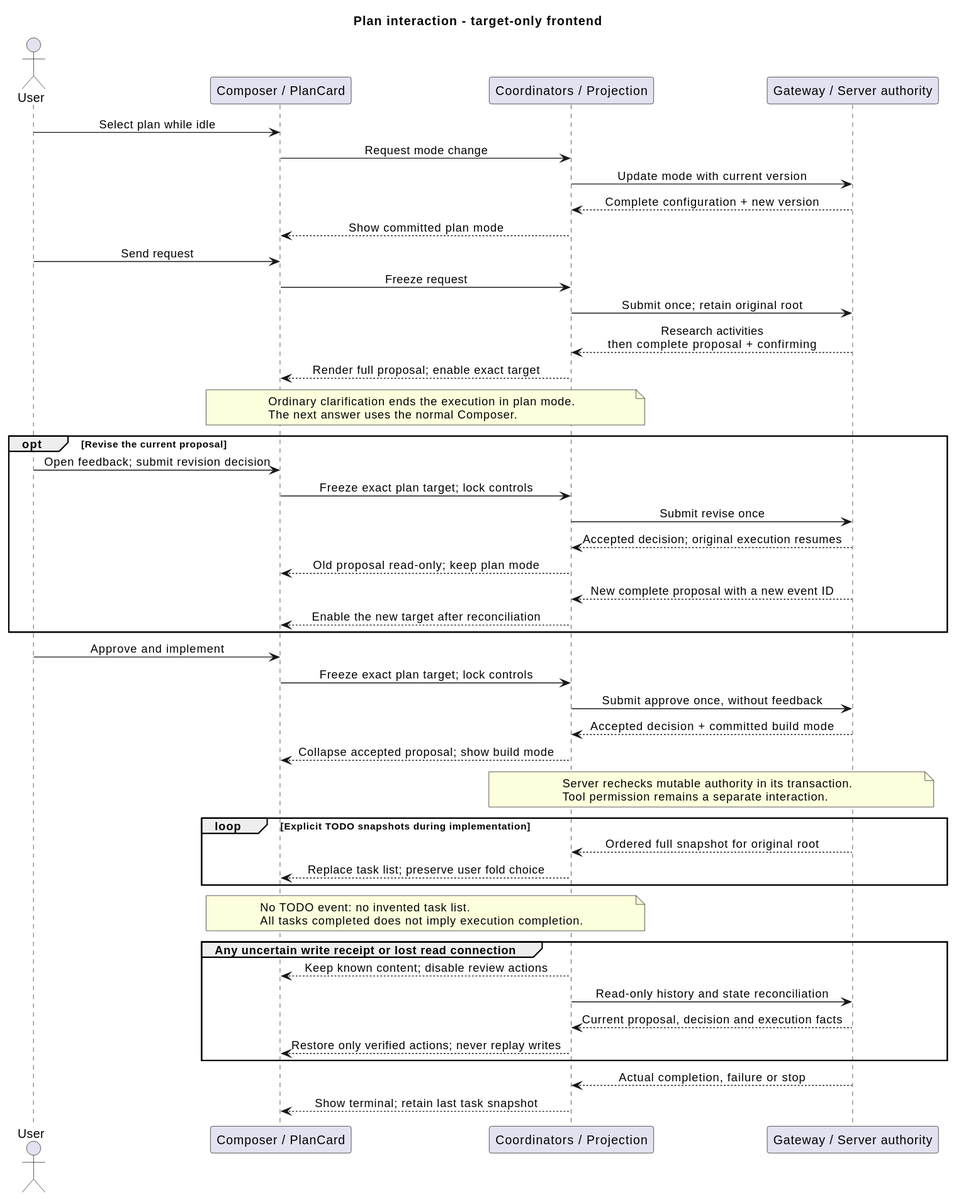
Above: 01-总体架构/04-CampusClaw前端体验/target_plan_interaction.svg in ssm0808/pi-mono-java-design (PlantUML), before the change. Source of this version:
```plantuml
@startuml
title Plan interaction - target-only frontend
skinparam backgroundColor white
skinparam shadowing false
skinparam defaultFontName SansSerif
skinparam sequenceMessageAlign center
actor User
participant "Composer / PlanCard" as UI
participant "Coordinators / Projection" as State
participant "Gateway / Server authority" as API
User -> UI : Select plan while idle
UI -> State : Request mode change
State -> API : Update mode with current version
API --> State : Complete configuration + new version
State --> UI : Show committed plan mode
User -> UI : Send request
UI -> State : Freeze request
State -> API : Submit once; retain original root
API --> State : Research activities\nthen complete proposal + confirming
State --> UI : Render full proposal; enable exact target
note over UI, State
  Ordinary clarification ends the execution in plan mode.
  The next answer uses the normal Composer.
end note
opt Revise the current proposal
  User -> UI : Open feedback; submit revision decision
  UI -> State : Freeze exact plan target; lock controls
  State -> API : Submit revise once
  API --> State : Accepted decision; original execution resumes
  State --> UI : Old proposal read-only; keep plan mode
  API --> State : New complete proposal with a new event ID
  State --> UI : Enable the new target after reconciliation
end
User -> UI : Approve and implement
UI -> State : Freeze exact plan target; lock controls
State -> API : Submit approve once, without feedback
API --> State : Accepted decision + committed build mode
State --> UI : Collapse accepted proposal; show build mode
note over State, API
  Server rechecks mutable authority in its transaction.
  Tool permission remains a separate interaction.
end note
loop Explicit TODO snapshots during implementation
  API --> State : Ordered full snapshot for original root
  State --> UI : Replace task list; preserve user fold choice
end
note over UI, State
  No TODO event: no invented task list.
  All tasks completed does not imply execution completion.
end note
group Any uncertain write receipt or lost read connection
  State --> UI : Keep known content; disable review actions
  State -> API : Read-only history and state reconciliation
  API --> State : Current proposal, decision and execution facts
  State --> UI : Restore only verified actions; never replay writes
end
API --> State : Actual completion, failure or stop
State --> UI : Show terminal; retain last task snapshot
@enduml
```
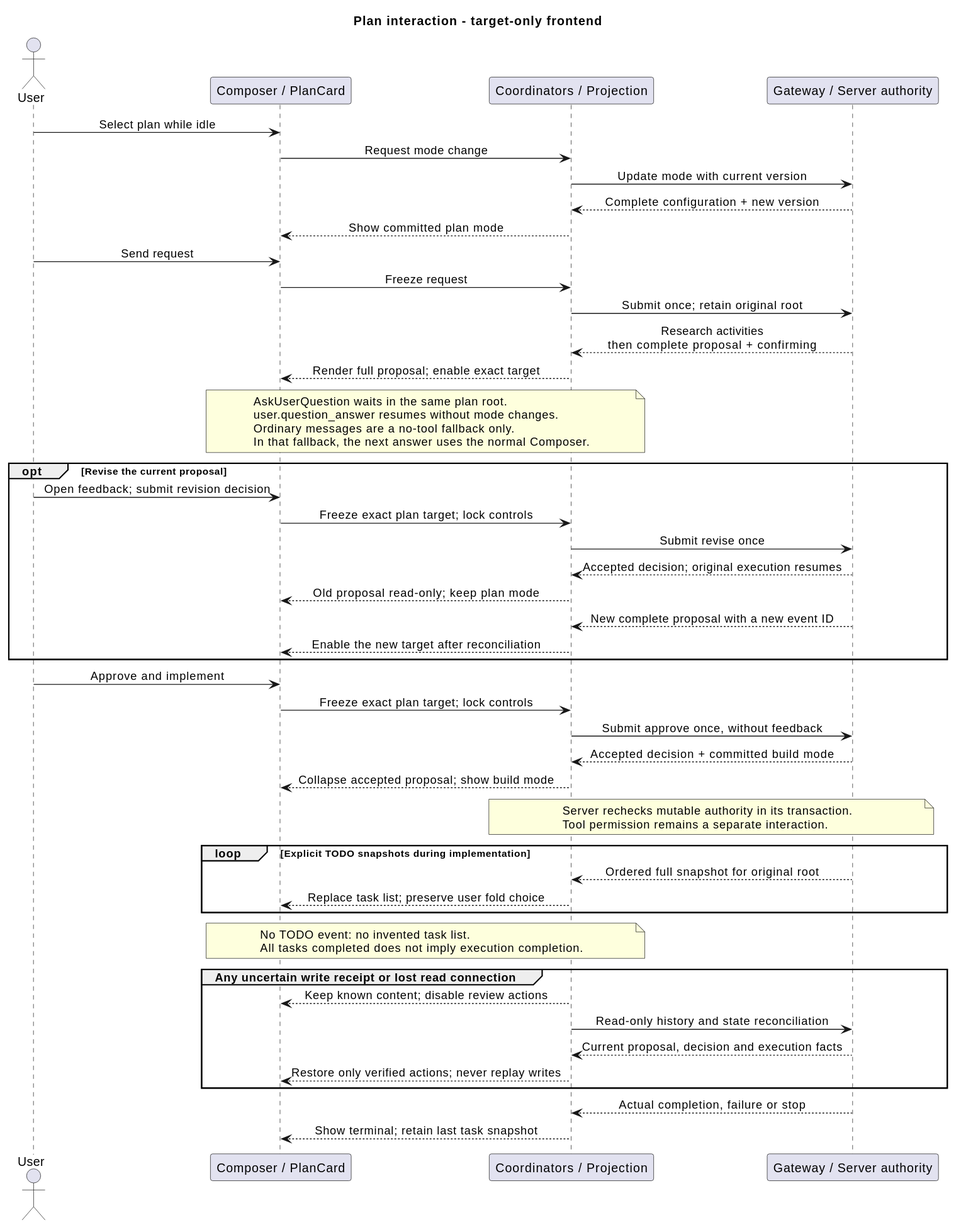
Later version of the same file.

The edit, as a diff of the source:
```diff
@@ -19,8 +19,10 @@
 API --> State : Research activities\nthen complete proposal + confirming
 State --> UI : Render full proposal; enable exact target
 note over UI, State
-  Ordinary clarification ends the execution in plan mode.
-  The next answer uses the normal Composer.
+  AskUserQuestion waits in the same plan root.
+  user.question_answer resumes without mode changes.
+  Ordinary messages are a no-tool fallback only.
+  In that fallback, the next answer uses the normal Composer.
 end note
 opt Revise the current proposal
   User -> UI : Open feedback; submit revision decision
```
